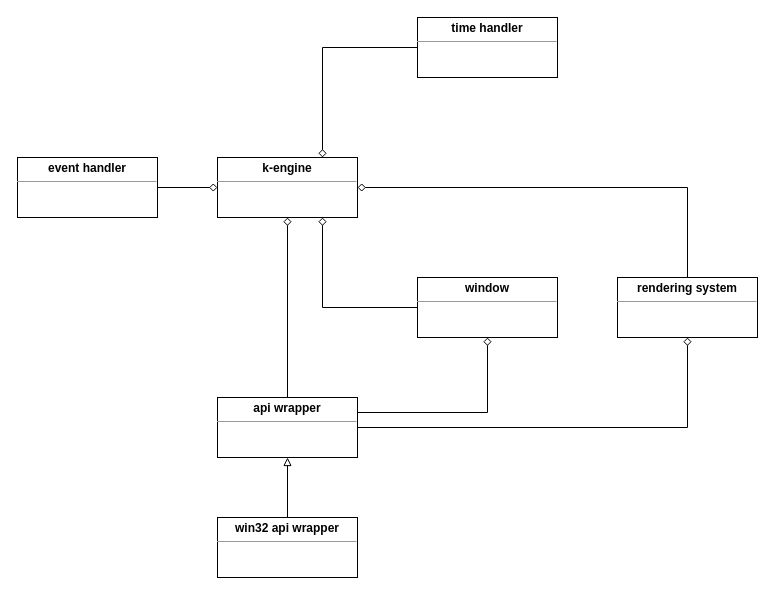
Before: _docs/k-engine-classes.drawio in Keshizin/k-engine, a draw.io diagram. Source tidied: cells renumbered, new cells numbered last; positions are measured from the earlier drawing's top-left corner, leaving out a move shared by most shapes. Both pictures are drawn from the tidied source at 100%, with x=0, y=0 at pixel (17, 17).
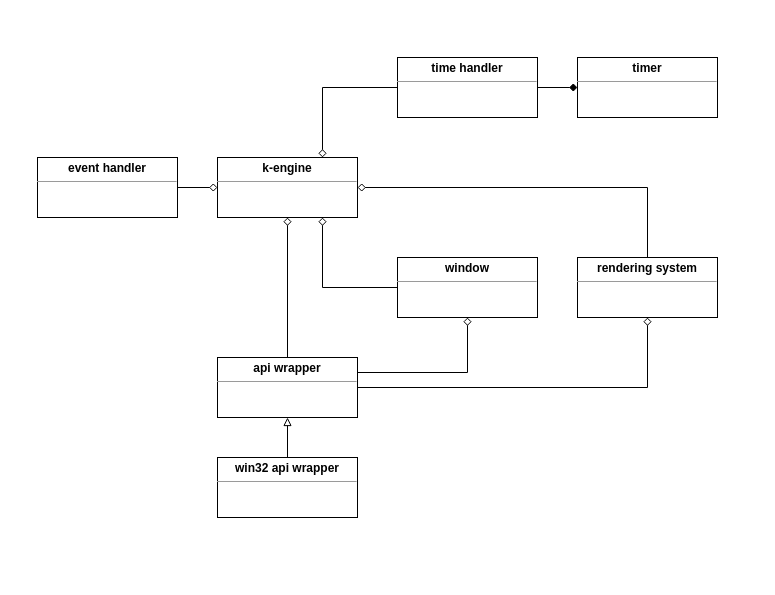
The same page after the edit.

Commit message (it also covers changes not shown here):
Updating UML Class Diagram

What changed in the source:
```diff
@@
 <mxGraphModel>
   <root>
     <mxCell id="0" />
     <mxCell id="1" parent="0" />
     <mxCell id="2" value="&lt;p style=&quot;margin: 0px ; margin-top: 4px ; text-align: center&quot;&gt;&lt;b&gt;k-engine&lt;/b&gt;&lt;/p&gt;&lt;hr size=&quot;1&quot;&gt;&lt;div style=&quot;height: 2px&quot;&gt;&lt;/div&gt;" style="verticalAlign=top;align=left;overflow=fill;fontSize=12;fontFamily=Helvetica;html=1;" parent="1" vertex="1">
       <mxGeometry x="200" y="140" width="140" height="60" as="geometry" />
     </mxCell>
     <mxCell id="3" style="edgeStyle=orthogonalEdgeStyle;rounded=0;jettySize=auto;html=1;endArrow=diamond;endFill=0;entryX=0.75;entryY=1;entryDx=0;entryDy=0;" parent="1" edge="1" source="4" target="2">
       <mxGeometry relative="1" as="geometry" />
     </mxCell>
     <mxCell id="4" value="&lt;p style=&quot;margin: 0px ; margin-top: 4px ; text-align: center&quot;&gt;&lt;b&gt;window&lt;/b&gt;&lt;/p&gt;&lt;hr size=&quot;1&quot;&gt;&lt;div style=&quot;height: 2px&quot;&gt;&lt;/div&gt;" style="verticalAlign=top;align=left;overflow=fill;fontSize=12;fontFamily=Helvetica;html=1;" parent="1" vertex="1">
-      <mxGeometry x="400" y="260" width="140" height="60" as="geometry" />
+      <mxGeometry x="380" y="240" width="140" height="60" as="geometry" />
     </mxCell>
     <mxCell id="5" style="edgeStyle=orthogonalEdgeStyle;rounded=0;jettySize=auto;html=1;endArrow=diamond;endFill=0;exitX=1;exitY=0.25;exitDx=0;exitDy=0;" parent="1" edge="1" source="8" target="4">
       <mxGeometry relative="1" as="geometry" />
     </mxCell>
     <mxCell id="6" style="edgeStyle=orthogonalEdgeStyle;rounded=0;jettySize=auto;html=1;endArrow=diamond;endFill=0;" parent="1" edge="1" source="8" target="2">
       <mxGeometry relative="1" as="geometry" />
     </mxCell>
     <mxCell id="7" style="edgeStyle=orthogonalEdgeStyle;rounded=0;jettySize=auto;html=1;endArrow=diamond;endFill=0;" parent="1" edge="1" source="8" target="14">
       <mxGeometry relative="1" as="geometry" />
     </mxCell>
     <mxCell id="8" value="&lt;p style=&quot;margin: 0px ; margin-top: 4px ; text-align: center&quot;&gt;&lt;b&gt;api wrapper&lt;/b&gt;&lt;/p&gt;&lt;hr size=&quot;1&quot;&gt;&lt;div style=&quot;height: 2px&quot;&gt;&lt;/div&gt;" style="verticalAlign=top;align=left;overflow=fill;fontSize=12;fontFamily=Helvetica;html=1;" parent="1" vertex="1">
-      <mxGeometry x="200" y="380" width="140" height="60" as="geometry" />
+      <mxGeometry x="200" y="340" width="140" height="60" as="geometry" />
     </mxCell>
     <mxCell id="9" style="edgeStyle=orthogonalEdgeStyle;rounded=0;jettySize=auto;html=1;endArrow=block;endFill=0;" parent="1" edge="1" source="10" target="8">
       <mxGeometry relative="1" as="geometry" />
     </mxCell>
     <mxCell id="10" value="&lt;p style=&quot;margin: 0px ; margin-top: 4px ; text-align: center&quot;&gt;&lt;b&gt;win32 api wrapper&lt;/b&gt;&lt;/p&gt;&lt;hr size=&quot;1&quot;&gt;&lt;div style=&quot;height: 2px&quot;&gt;&lt;/div&gt;" style="verticalAlign=top;align=left;overflow=fill;fontSize=12;fontFamily=Helvetica;html=1;" parent="1" vertex="1">
-      <mxGeometry x="200" y="500" width="140" height="60" as="geometry" />
+      <mxGeometry x="200" y="440" width="140" height="60" as="geometry" />
     </mxCell>
     <mxCell id="11" style="edgeStyle=orthogonalEdgeStyle;rounded=0;jettySize=auto;html=1;endArrow=diamond;endFill=0;" parent="1" edge="1" source="12" target="2">
       <mxGeometry relative="1" as="geometry" />
     </mxCell>
     <mxCell id="12" value="&lt;p style=&quot;margin: 0px ; margin-top: 4px ; text-align: center&quot;&gt;&lt;b&gt;event handler&lt;/b&gt;&lt;/p&gt;&lt;hr size=&quot;1&quot;&gt;&lt;div style=&quot;height: 2px&quot;&gt;&lt;/div&gt;" style="verticalAlign=top;align=left;overflow=fill;fontSize=12;fontFamily=Helvetica;html=1;" parent="1" vertex="1">
-      <mxGeometry y="140" width="140" height="60" as="geometry" />
+      <mxGeometry x="20" y="140" width="140" height="60" as="geometry" />
     </mxCell>
     <mxCell id="13" style="edgeStyle=orthogonalEdgeStyle;rounded=0;jettySize=auto;html=1;endArrow=diamond;endFill=0;entryX=1;entryY=0.5;entryDx=0;entryDy=0;exitX=0.5;exitY=0;exitDx=0;exitDy=0;" parent="1" edge="1" source="14" target="2">
       <mxGeometry relative="1" as="geometry" />
     </mxCell>
     <mxCell id="14" value="&lt;p style=&quot;margin: 0px ; margin-top: 4px ; text-align: center&quot;&gt;&lt;b&gt;rendering system&lt;/b&gt;&lt;/p&gt;&lt;hr size=&quot;1&quot;&gt;&lt;div style=&quot;height: 2px&quot;&gt;&lt;/div&gt;" style="verticalAlign=top;align=left;overflow=fill;fontSize=12;fontFamily=Helvetica;html=1;" parent="1" vertex="1">
-      <mxGeometry x="600" y="260" width="140" height="60" as="geometry" />
+      <mxGeometry x="560" y="240" width="140" height="60" as="geometry" />
     </mxCell>
     <mxCell id="15" style="edgeStyle=orthogonalEdgeStyle;rounded=0;jettySize=auto;html=1;entryX=0.75;entryY=0;entryDx=0;entryDy=0;endArrow=diamond;endFill=0;" parent="1" edge="1" source="16" target="2">
       <mxGeometry relative="1" as="geometry" />
     </mxCell>
+    <mxCell id="17" style="edgeStyle=orthogonalEdgeStyle;rounded=0;jettySize=auto;html=1;endArrow=diamond;endFill=1;" parent="1" edge="1" source="16" target="18">
+      <mxGeometry relative="1" as="geometry" />
+    </mxCell>
     <mxCell id="16" value="&lt;p style=&quot;margin: 0px ; margin-top: 4px ; text-align: center&quot;&gt;&lt;b&gt;time handler&lt;/b&gt;&lt;/p&gt;&lt;hr size=&quot;1&quot;&gt;&lt;div style=&quot;height: 2px&quot;&gt;&lt;/div&gt;" style="verticalAlign=top;align=left;overflow=fill;fontSize=12;fontFamily=Helvetica;html=1;" parent="1" vertex="1">
-      <mxGeometry x="400" width="140" height="60" as="geometry" />
+      <mxGeometry x="380" y="40" width="140" height="60" as="geometry" />
     </mxCell>
+    <mxCell id="18" value="&lt;p style=&quot;margin: 0px ; margin-top: 4px ; text-align: center&quot;&gt;&lt;b&gt;timer&lt;/b&gt;&lt;/p&gt;&lt;hr size=&quot;1&quot;&gt;&lt;div style=&quot;height: 2px&quot;&gt;&lt;/div&gt;" style="verticalAlign=top;align=left;overflow=fill;fontSize=12;fontFamily=Helvetica;html=1;" parent="1" vertex="1">
+      <mxGeometry x="560" y="40" width="140" height="60" as="geometry" />
+    </mxCell>
   </root>
 </mxGraphModel>
```
